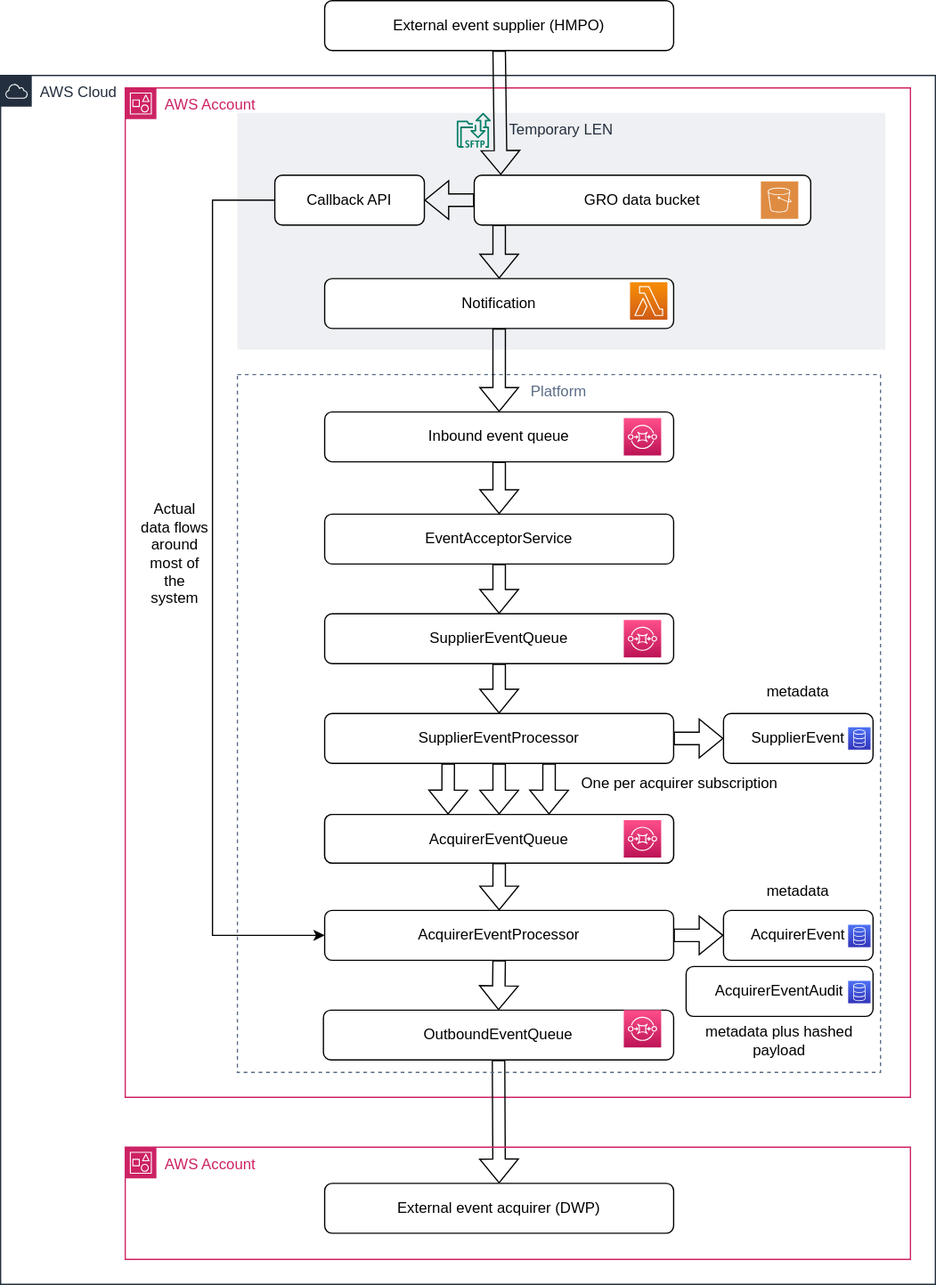
The draw.io diagram doc/architecture/img/event-flow.drawio.svg in govuk-one-login/life-events-platform, before a commit. Source tidied: cells renumbered, new cells last; positions are measured from the earlier drawing's top-left corner, leaving out a move shared by most shapes.
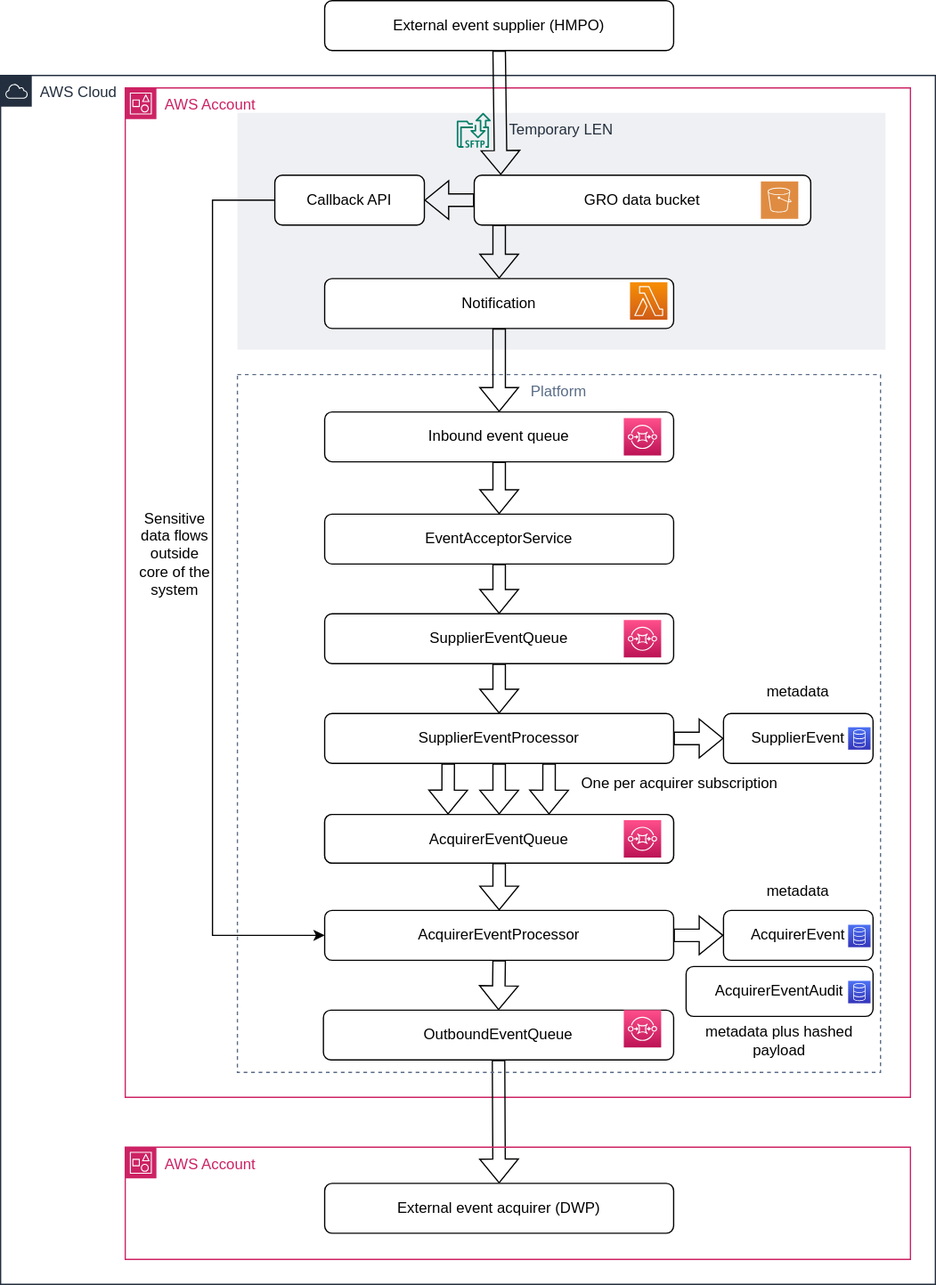
The same file after the commit.

Commit message:
GPC-NONE: Update documentation with data and event flows

Diff of the diagram source:
```diff
@@ -183,7 +183,7 @@
     <mxCell id="57" value="External event acquirer (DWP)" style="rounded=1;whiteSpace=wrap;html=1;" parent="1" vertex="1">
       <mxGeometry x="260" y="949" width="280" height="40" as="geometry" />
     </mxCell>
-    <mxCell id="58" value="Actual data flows around most of the system" style="text;html=1;strokeColor=none;fillColor=none;align=center;verticalAlign=middle;whiteSpace=wrap;rounded=0;" parent="1" vertex="1">
+    <mxCell id="58" value="Sensitive data flows outside core of the system" style="text;html=1;strokeColor=none;fillColor=none;align=center;verticalAlign=middle;whiteSpace=wrap;rounded=0;" parent="1" vertex="1">
       <mxGeometry x="110" y="395" width="60" height="97" as="geometry" />
     </mxCell>
   </root>
```
